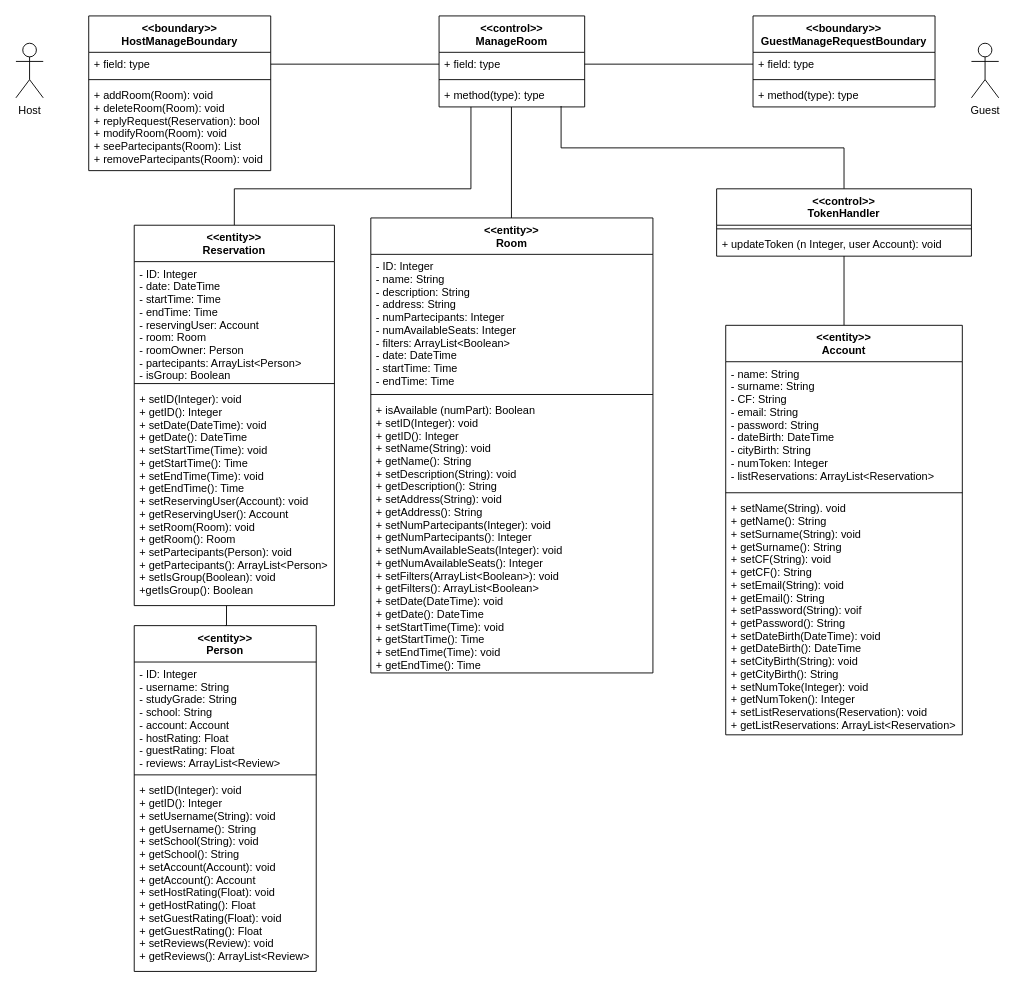
Above: Deliverables/VoPC/VoPC ManageRoom.drawio in nic-agos/DoveStudi (draw.io), before the change. Source tidied: cells renumbered, new cells numbered last; positions are measured from the earlier drawing's top-left corner, leaving out a move shared by most shapes. Both pictures are drawn from the tidied source at 91%, with x=0, y=0 at pixel (15, 15).
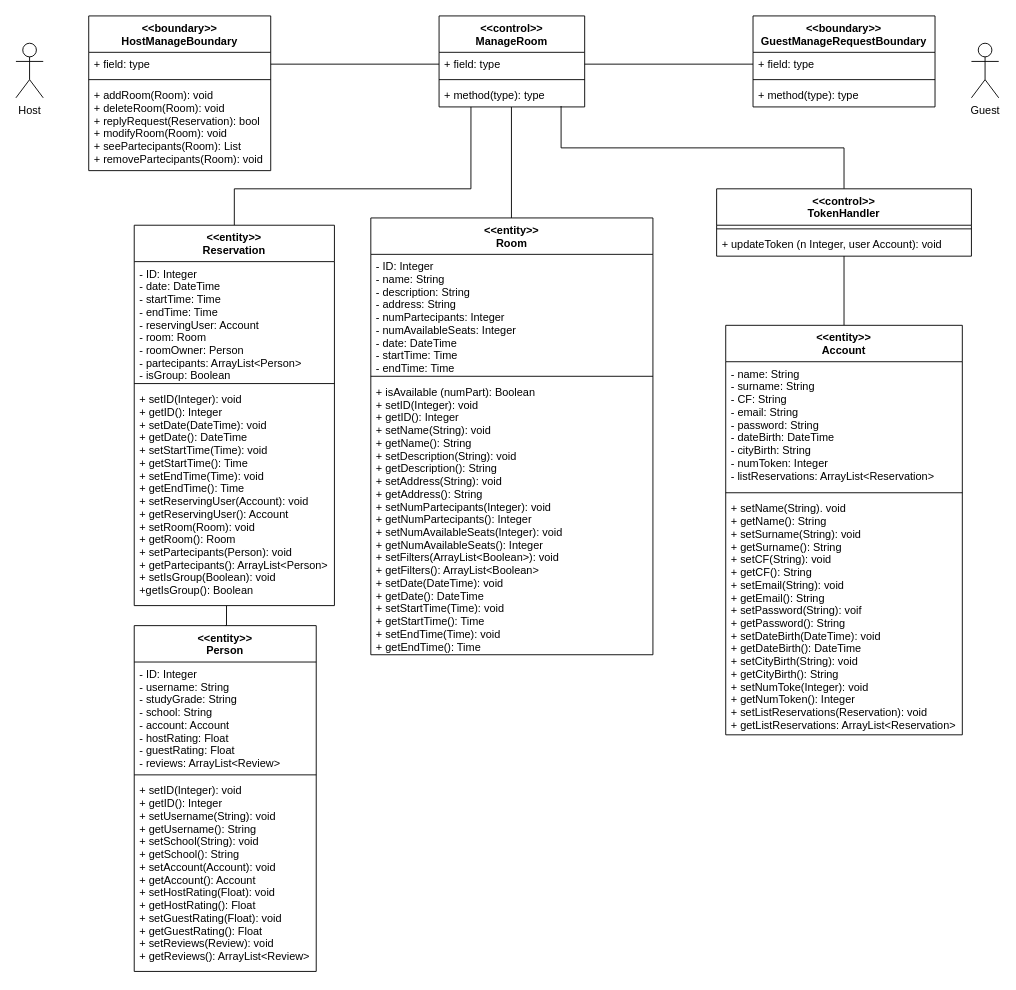
The same diagram, later.

Commit message:
removed filters froom Room entity

The edit, as a diff of the source:
```diff
@@
     <mxCell id="28" value="&lt;&lt;entity&gt;&gt;&#10;Room" style="swimlane;fontStyle=1;align=center;verticalAlign=top;horizontal=1;startSize=40;" parent="1" vertex="1">
-      <mxGeometry x="390" y="222" width="310" height="500" as="geometry" />
+      <mxGeometry x="390" y="222" width="310" height="480" as="geometry" />
     </mxCell>
-    <mxCell id="29" value="- ID: Integer&#10;- name: String&#10;- description: String&#10;- address: String&#10;- numPartecipants: Integer&#10;- numAvailableSeats: Integer&#10;- filters: ArrayList&lt;Boolean&gt;&#10;- date: DateTime&#10;- startTime: Time&#10;- endTime: Time" style="text;strokeColor=none;fillColor=none;align=left;verticalAlign=top;spacingLeft=4;spacingRight=4;overflow=hidden;" parent="28" vertex="1">
-      <mxGeometry y="40" width="310" height="150" as="geometry" />
+    <mxCell id="29" value="- ID: Integer&#10;- name: String&#10;- description: String&#10;- address: String&#10;- numPartecipants: Integer&#10;- numAvailableSeats: Integer&#10;- date: DateTime&#10;- startTime: Time&#10;- endTime: Time" style="text;strokeColor=none;fillColor=none;align=left;verticalAlign=top;spacingLeft=4;spacingRight=4;overflow=hidden;" parent="28" vertex="1">
+      <mxGeometry y="40" width="310" height="130" as="geometry" />
     </mxCell>
     <mxCell id="30" style="line;strokeWidth=1;fillColor=none;align=left;verticalAlign=middle;spacingTop=-1;spacingLeft=3;spacingRight=3;labelPosition=right;" parent="28" vertex="1">
-      <mxGeometry y="190" width="310" height="8" as="geometry" />
+      <mxGeometry y="170" width="310" height="8" as="geometry" />
     </mxCell>
     <mxCell id="31" value="+ isAvailable (numPart): Boolean&#10;+ setID(Integer): void &#10;+ getID(): Integer&#10;+ setName(String): void&#10;+ getName(): String&#10;+ setDescription(String): void&#10;+ getDescription(): String&#10;+ setAddress(String): void&#10;+ getAddress(): String&#10;+ setNumPartecipants(Integer): void&#10;+ getNumPartecipants(): Integer&#10;+ setNumAvailableSeats(Integer): void&#10;+ getNumAvailableSeats(): Integer&#10;+ setFilters(ArrayList&lt;Boolean&gt;): void&#10;+ getFilters(): ArrayList&lt;Boolean&gt;&#10;+ setDate(DateTime): void&#10;+ getDate(): DateTime&#10;+ setStartTime(Time): void&#10;+ getStartTime(): Time&#10;+ setEndTime(Time): void&#10;+ getEndTime(): Time&#10; &#10;&#10; " style="text;strokeColor=none;fillColor=none;align=left;verticalAlign=top;spacingLeft=4;spacingRight=4;overflow=hidden;" parent="28" vertex="1">
-      <mxGeometry y="198" width="310" height="302" as="geometry" />
+      <mxGeometry y="178" width="310" height="302" as="geometry" />
     </mxCell>
```
